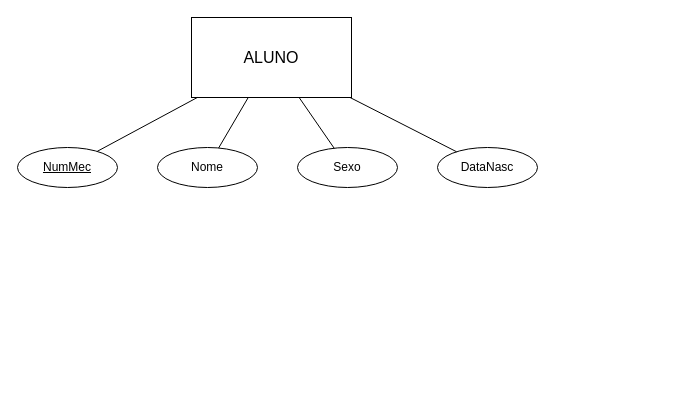
Above: Diagrama_Escolar.drawio in danymota1P/Diagrama (draw.io), before the change. Source tidied: cells renumbered, new cells numbered last; positions are measured from the earlier drawing's top-left corner, leaving out a move shared by most shapes. Both pictures are drawn from the tidied source at 100%, with x=0, y=0 at pixel (17, 17).
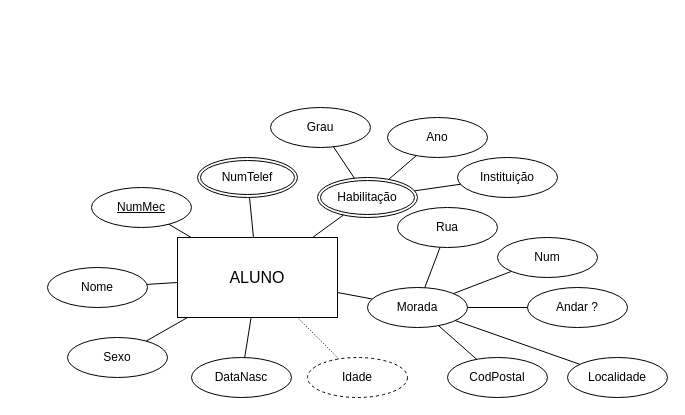
The same diagram, later.

The edit, as a diff of the source:
```diff
@@
     <mxCell id="2" value="&lt;font style=&quot;vertical-align: inherit; font-size: 16px;&quot;&gt;ALUNO&lt;/font&gt;" style="whiteSpace=wrap;html=1;align=center;" parent="1" vertex="1">
-      <mxGeometry x="174" width="160" height="80" as="geometry" />
+      <mxGeometry x="160" y="220" width="160" height="80" as="geometry" />
     </mxCell>
     <mxCell id="3" value="Nome" style="ellipse;whiteSpace=wrap;html=1;align=center;" parent="1" vertex="1">
-      <mxGeometry x="140" y="130" width="100" height="40" as="geometry" />
+      <mxGeometry x="30" y="250" width="100" height="40" as="geometry" />
     </mxCell>
     <mxCell id="4" value="Sexo" style="ellipse;whiteSpace=wrap;html=1;align=center;" parent="1" vertex="1">
-      <mxGeometry x="280" y="130" width="100" height="40" as="geometry" />
+      <mxGeometry x="50" y="320" width="100" height="40" as="geometry" />
     </mxCell>
     <mxCell id="5" value="DataNasc" style="ellipse;whiteSpace=wrap;html=1;align=center;" parent="1" vertex="1">
-      <mxGeometry x="420" y="130" width="100" height="40" as="geometry" />
+      <mxGeometry x="174" y="340" width="100" height="40" as="geometry" />
     </mxCell>
     <mxCell id="6" value="NumMec" style="ellipse;whiteSpace=wrap;html=1;align=center;fontStyle=4;" parent="1" vertex="1">
-      <mxGeometry y="130" width="100" height="40" as="geometry" />
+      <mxGeometry x="74" y="170" width="100" height="40" as="geometry" />
     </mxCell>
@@
+    <mxCell id="11" style="endArrow=none;html=1;rounded=0;dashed=1;dashPattern=1 2;" parent="1" edge="1" source="2" target="12">
+      <mxGeometry relative="1" as="geometry" />
+    </mxCell>
+    <mxCell id="12" value="Idade" style="ellipse;whiteSpace=wrap;html=1;align=center;dashed=1;" parent="1" vertex="1">
+      <mxGeometry x="290" y="340" width="100" height="40" as="geometry" />
+    </mxCell>
+    <mxCell id="13" value="Morada" style="ellipse;whiteSpace=wrap;html=1;align=center;" parent="1" vertex="1">
+      <mxGeometry x="350" y="270" width="100" height="40" as="geometry" />
+    </mxCell>
+    <mxCell id="14" value="CodPostal" style="ellipse;whiteSpace=wrap;html=1;align=center;" parent="1" vertex="1">
+      <mxGeometry x="430" y="340" width="100" height="40" as="geometry" />
+    </mxCell>
+    <mxCell id="15" value="Localidade" style="ellipse;whiteSpace=wrap;html=1;align=center;" parent="1" vertex="1">
+      <mxGeometry x="550" y="340" width="100" height="40" as="geometry" />
+    </mxCell>
+    <mxCell id="16" value="Andar ?" style="ellipse;whiteSpace=wrap;html=1;align=center;" parent="1" vertex="1">
+      <mxGeometry x="510" y="270" width="100" height="40" as="geometry" />
+    </mxCell>
+    <mxCell id="17" value="Num" style="ellipse;whiteSpace=wrap;html=1;align=center;" parent="1" vertex="1">
+      <mxGeometry x="480" y="220" width="100" height="40" as="geometry" />
+    </mxCell>
+    <mxCell id="18" value="Rua" style="ellipse;whiteSpace=wrap;html=1;align=center;" parent="1" vertex="1">
+      <mxGeometry x="380" y="190" width="100" height="40" as="geometry" />
+    </mxCell>
+    <mxCell id="19" value="NumTelef" style="ellipse;shape=doubleEllipse;margin=3;whiteSpace=wrap;html=1;align=center;" parent="1" vertex="1">
+      <mxGeometry x="180" y="140" width="100" height="40" as="geometry" />
+    </mxCell>
+    <mxCell id="20" value="Habilitação" style="ellipse;shape=doubleEllipse;margin=3;whiteSpace=wrap;html=1;align=center;" parent="1" vertex="1">
+      <mxGeometry x="300" y="160" width="100" height="40" as="geometry" />
+    </mxCell>
+    <mxCell id="21" value="Instituição" style="ellipse;whiteSpace=wrap;html=1;align=center;" parent="1" vertex="1">
+      <mxGeometry x="440" y="140" width="100" height="40" as="geometry" />
+    </mxCell>
+    <mxCell id="22" style="endArrow=none;html=1;rounded=0;" parent="1" edge="1" source="2" target="13">
+      <mxGeometry relative="1" as="geometry" />
+    </mxCell>
+    <mxCell id="23" style="endArrow=none;html=1;rounded=0;" parent="1" edge="1" source="2" target="19">
+      <mxGeometry relative="1" as="geometry" />
+    </mxCell>
+    <mxCell id="24" style="endArrow=none;html=1;rounded=0;" parent="1" edge="1" source="13" target="14">
+      <mxGeometry relative="1" as="geometry" />
+    </mxCell>
+    <mxCell id="25" style="endArrow=none;html=1;rounded=0;" parent="1" edge="1" source="13" target="15">
+      <mxGeometry relative="1" as="geometry" />
+    </mxCell>
+    <mxCell id="26" style="endArrow=none;html=1;rounded=0;" parent="1" edge="1" source="13" target="16">
+      <mxGeometry relative="1" as="geometry" />
+    </mxCell>
+    <mxCell id="27" style="endArrow=none;html=1;rounded=0;" parent="1" edge="1" source="13" target="17">
+      <mxGeometry relative="1" as="geometry" />
+    </mxCell>
+    <mxCell id="28" style="endArrow=none;html=1;rounded=0;" parent="1" edge="1" source="13" target="18">
+      <mxGeometry relative="1" as="geometry" />
+    </mxCell>
+    <mxCell id="29" style="endArrow=none;html=1;rounded=0;" parent="1" edge="1" source="2" target="20">
+      <mxGeometry relative="1" as="geometry" />
+    </mxCell>
+    <mxCell id="30" style="endArrow=none;html=1;rounded=0;" parent="1" edge="1" source="20" target="21">
+      <mxGeometry relative="1" as="geometry" />
+    </mxCell>
+    <mxCell id="31" value="Ano" style="ellipse;whiteSpace=wrap;html=1;align=center;" parent="1" vertex="1">
+      <mxGeometry x="370" y="100" width="100" height="40" as="geometry" />
+    </mxCell>
+    <mxCell id="32" value="Grau" style="ellipse;whiteSpace=wrap;html=1;align=center;" parent="1" vertex="1">
+      <mxGeometry x="253" y="90" width="100" height="40" as="geometry" />
+    </mxCell>
+    <mxCell id="33" style="endArrow=none;html=1;rounded=0;" parent="1" edge="1" source="20" target="32">
+      <mxGeometry relative="1" as="geometry" />
+    </mxCell>
+    <mxCell id="34" style="endArrow=none;html=1;rounded=0;" parent="1" edge="1" source="20" target="31">
+      <mxGeometry relative="1" as="geometry" />
+    </mxCell>
```
